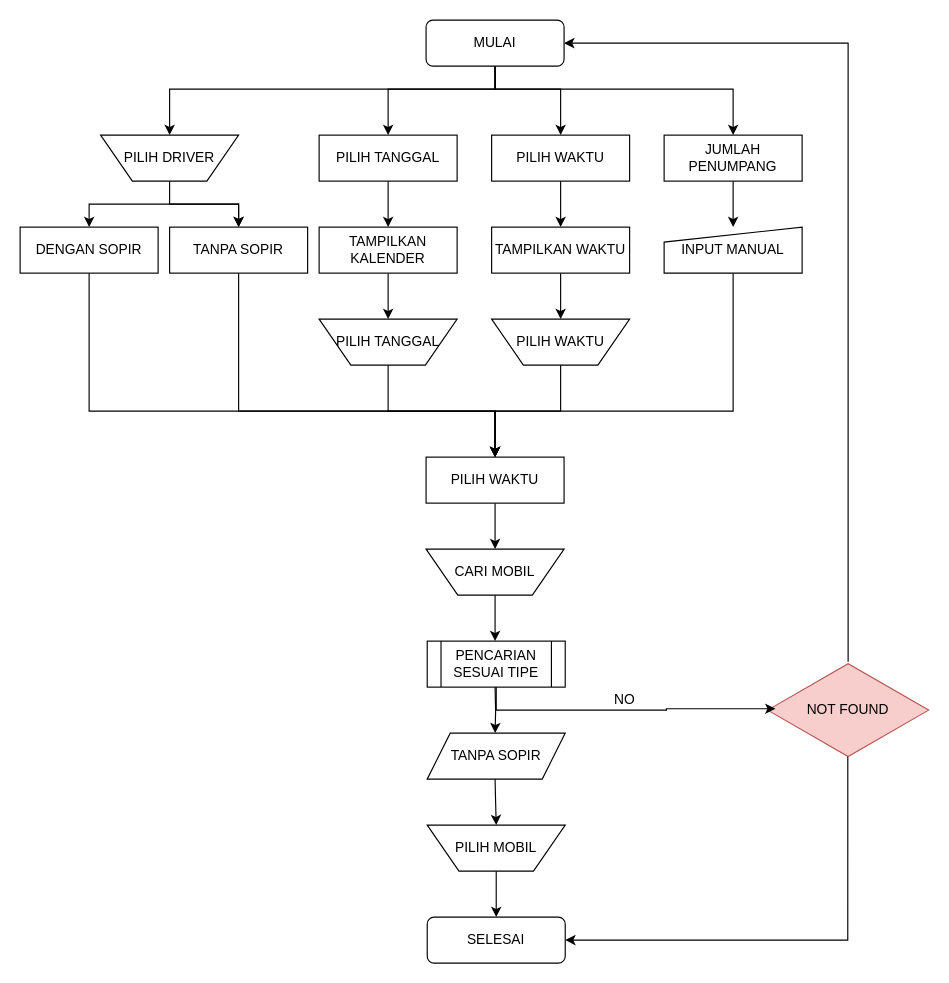
This is assets/Untitled Diagram.drawio from Genius001/training-html, a draw.io file, before an edit. Source tidied: cells renumbered, new cells numbered last; positions are measured from the earlier drawing's top-left corner, leaving out a move shared by most shapes. Both pictures are drawn from the tidied source at 115%, with x=0, y=0 at pixel (20, 20).
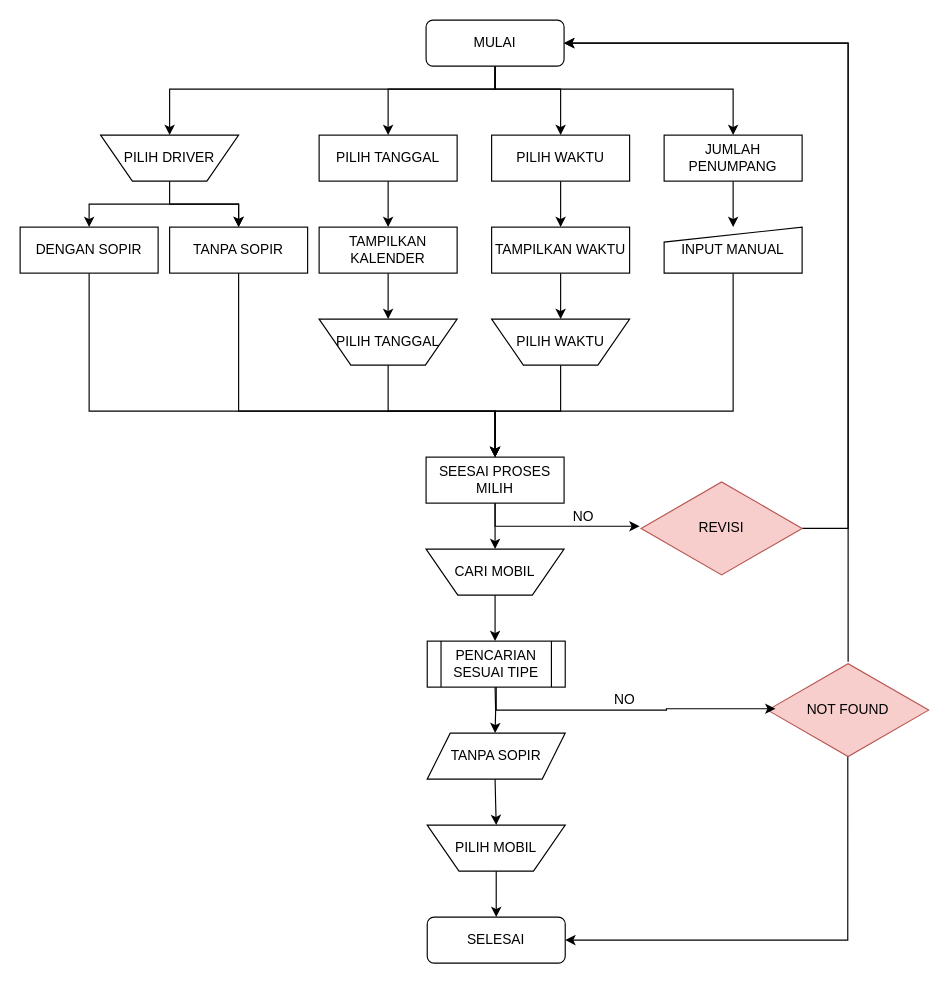
The same page after the edit.

The change refers to these unchanged cells:
```xml
<mxCell id="6" value="MULAI" style="rounded=1;whiteSpace=wrap;html=1;" parent="1" vertex="1">
  <mxGeometry x="353" width="120" height="40" as="geometry" />
</mxCell>
```

Change to the diagram source:
```diff
@@
-    <mxCell id="28" value="PILIH WAKTU" style="rounded=0;whiteSpace=wrap;html=1;" parent="1" vertex="1">
+    <mxCell id="28" value="SEESAI PROSES MILIH" style="rounded=0;whiteSpace=wrap;html=1;" parent="1" vertex="1">
       <mxGeometry x="353" y="380" width="120" height="40" as="geometry" />
     </mxCell>
@@
+    <mxCell id="47" style="edgeStyle=orthogonalEdgeStyle;rounded=0;jettySize=auto;html=1;entryX=1;entryY=0.5;entryDx=0;entryDy=0;" parent="1" edge="1" source="48" target="6">
+      <mxGeometry relative="1" as="geometry">
+        <Array as="points">
+          <mxPoint x="720" y="442" />
+          <mxPoint x="720" y="20" />
+        </Array>
+      </mxGeometry>
+    </mxCell>
+    <mxCell id="48" value="REVISI" style="html=1;whiteSpace=wrap;shape=isoRectangle;fillColor=#f8cecc;strokeColor=#b85450;" parent="1" vertex="1">
+      <mxGeometry x="540" y="400" width="140" height="84" as="geometry" />
+    </mxCell>
+    <mxCell id="49" style="edgeStyle=orthogonalEdgeStyle;rounded=0;jettySize=auto;html=1;exitX=0.5;exitY=1;exitDx=0;exitDy=0;entryX=-0.009;entryY=0.477;entryDx=0;entryDy=0;entryPerimeter=0;" parent="1" edge="1" source="28" target="48">
+      <mxGeometry relative="1" as="geometry" />
+    </mxCell>
+    <mxCell id="50" value="NO" style="text;html=1;align=center;verticalAlign=middle;whiteSpace=wrap;rounded=0;" parent="1" vertex="1">
+      <mxGeometry x="460" y="417" width="60" height="30" as="geometry" />
+    </mxCell>
```
